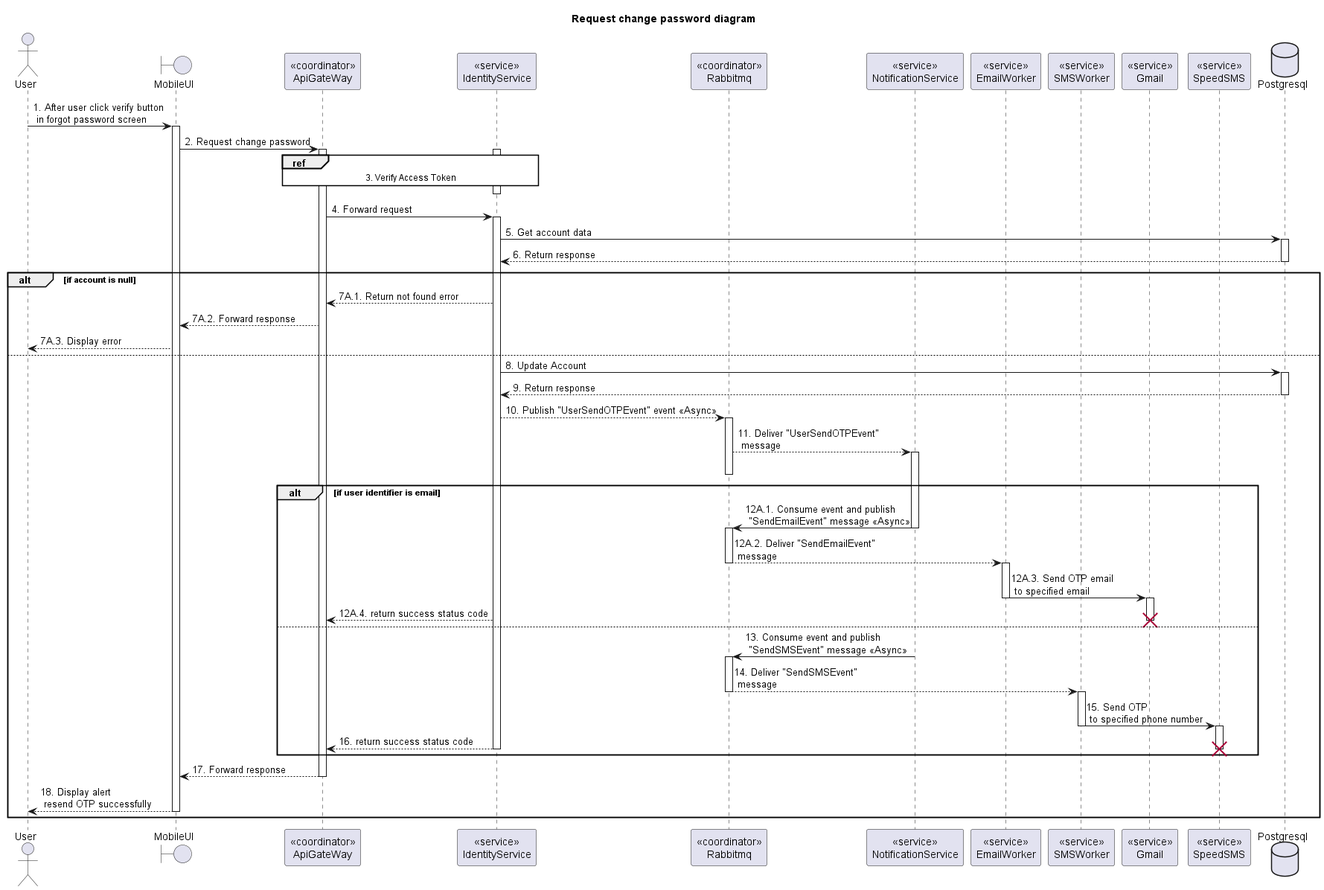
The PlantUML diagram doc/SDS/Identity/RequestChangePassword/Sequence.png in Carl-Johnsons/tastopia, before a commit.
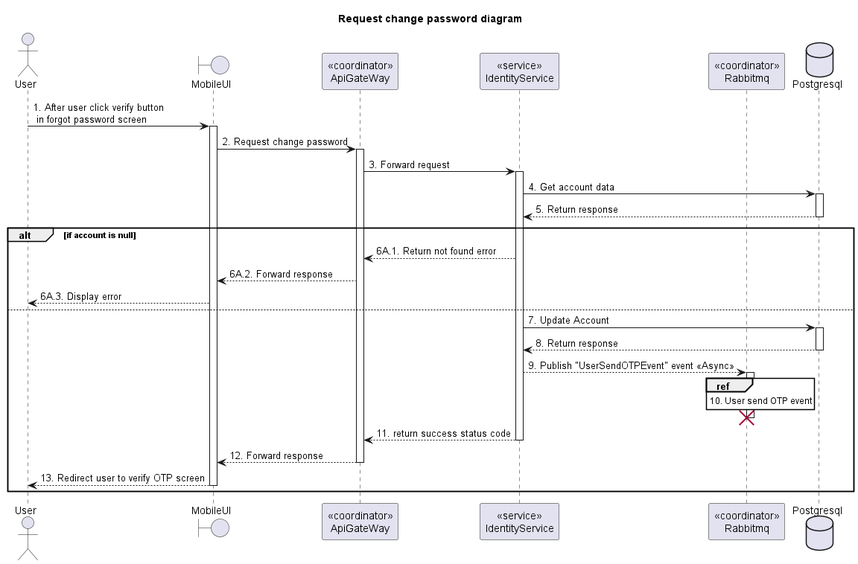
The same file after the commit.

Change to the diagram source:
```diff
@@ -14,69 +14,32 @@
 participant "<<coordinator>>\nApiGateWay" as ApiGateway
 participant "<<service>>\nIdentityService" as IdentityService
 participant "<<coordinator>>\nRabbitmq" as Rabbitmq
-participant "<<service>>\nNotificationService" as NotificationService
-participant "<<service>>\nEmailWorker" as EmailWorker
-participant "<<service>>\nSMSWorker" as SMSWorker
-participant "<<service>>\nGmail" as Gmail
-participant "<<service>>\nSpeedSMS" as SpeedSMS
 database Postgresql
 
 User -> MobileUI ++: 1. After user click verify button\n in forgot password screen
 MobileUI -> ApiGateway ++: 2. Request change password
 
-activate IdentityService
-ref over ApiGateway, IdentityService: 3. Verify Access Token
-ApiGateway -[hidden]-> IdentityService
-deactivate IdentityService
-
-ApiGateway -> IdentityService ++: 4. Forward request
-IdentityService -> Postgresql ++: 5. Get account data
-IdentityService <-- Postgresql --: 6. Return response
+ApiGateway -> IdentityService ++: 3. Forward request
+IdentityService -> Postgresql ++: 4. Get account data
+IdentityService <-- Postgresql --: 5. Return response
 
 alt if account is null
-  ApiGateway <-- IdentityService: 7A.1. Return not found error
-  MobileUI <-- ApiGateway: 7A.2. Forward response
-  User <-- MobileUI: 7A.3. Display error
+  ApiGateway <-- IdentityService: 6A.1. Return not found error
+  MobileUI <-- ApiGateway: 6A.2. Forward response
+  User <-- MobileUI: 6A.3. Display error
 else
-  IdentityService -> Postgresql ++: 8. Update Account
-  IdentityService <-- Postgresql --: 9. Return response
-  IdentityService --> Rabbitmq ++: 10. Publish "UserSendOTPEvent" event <<Async>>
-  Rabbitmq --> NotificationService: 11. Deliver "UserSendOTPEvent"\n message
-  activate NotificationService
+  IdentityService -> Postgresql ++: 7. Update Account
+  IdentityService <-- Postgresql --: 8. Return response
+  IdentityService --> Rabbitmq ++: 9. Publish "UserSendOTPEvent" event <<Async>>
+  activate Rabbitmq
+  ref over Rabbitmq: 10. User send OTP event
+  IdentityService -[hidden]-> Rabbitmq
   deactivate Rabbitmq
+  destroy Rabbitmq
 
-  alt if user identifier is email
-    NotificationService -> Rabbitmq: 12A.1. Consume event and publish \n "SendEmailEvent" message <<Async>>
-    deactivate NotificationService
-    activate Rabbitmq
-    Rabbitmq --> EmailWorker: 12A.2. Deliver "SendEmailEvent"\n message
-    deactivate Rabbitmq
-    activate EmailWorker
-    EmailWorker -> Gmail: 12A.3. Send OTP email\n to specified email
-    deactivate EmailWorker
-    activate Gmail
-
-    ApiGateway <-- IdentityService: 12A.4. return success status code
-    deactivate Gmail
-    destroy Gmail
-  else
-    NotificationService -> Rabbitmq: 13. Consume event and publish \n "SendSMSEvent" message <<Async>>
-    deactivate NotificationService
-    activate Rabbitmq
-    Rabbitmq --> SMSWorker: 14. Deliver "SendSMSEvent"\n message
-    deactivate Rabbitmq
-    activate SMSWorker
-    SMSWorker -> SpeedSMS: 15. Send OTP \n to specified phone number
-    deactivate SMSWorker
-    activate SpeedSMS
-
-    ApiGateway <-- IdentityService--: 16. return success status code
-    deactivate SpeedSMS
-    destroy SpeedSMS
-  end
-
-  MobileUI <-- ApiGateway --: 17. Forward response
-  User <-- MobileUI --: 18. Display alert\n resend OTP successfully
+  ApiGateway <-- IdentityService--: 11. return success status code
+  MobileUI <-- ApiGateway --: 12. Forward response
+  User <-- MobileUI --: 13. Redirect user to verify OTP screen
 end
 
 @enduml
```
